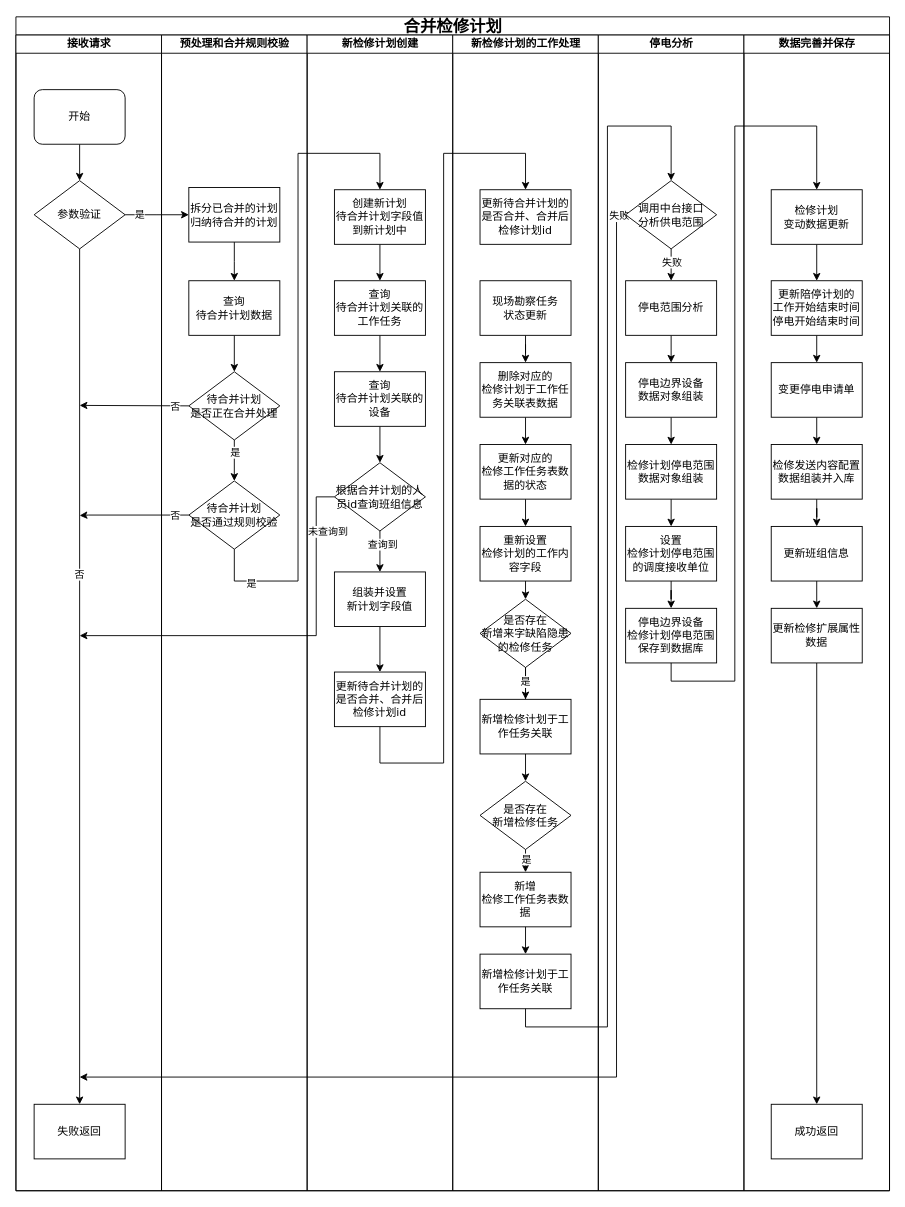
This is 合并检修计划.drawio from wwwwbo/myDraw, a draw.io file, before an edit. Source tidied: cells renumbered, new cells numbered last; positions are measured from the earlier drawing's top-left corner, leaving out a move shared by most shapes. Both pictures are drawn from the tidied source at 91%, with x=0, y=0 at pixel (15, 16).
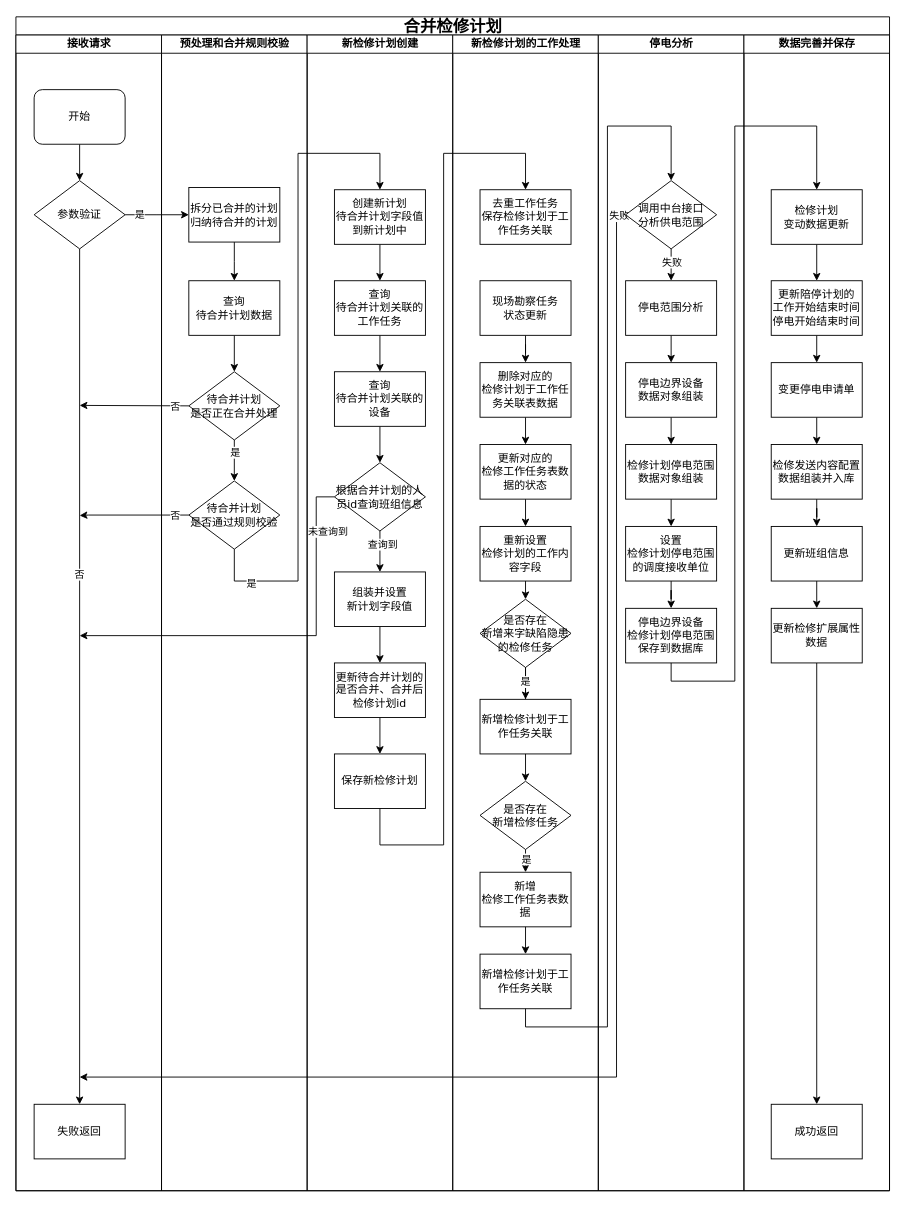
Above is the later version.

Commit message (it also covers changes not shown here):
更新合并检修计划.drawio

The change refers to these unchanged cells:
```xml
<mxCell id="2" value="&lt;font style=&quot;font-size: 18px;&quot;&gt;合并检修计划&lt;/font&gt;" style="swimlane;html=1;startSize=20;rounded=0;shadow=0;labelBackgroundColor=none;strokeWidth=1;fontFamily=Verdana;fontSize=8;align=center;" parent="1" vertex="1">
  <mxGeometry width="960" height="1290" as="geometry" />
</mxCell>
<mxCell id="23" value="新检修计划创建" style="swimlane;html=1;startSize=20;" parent="2" vertex="1">
  <mxGeometry x="320" y="20" width="160" height="1270" as="geometry" />
</mxCell>
<mxCell id="38" value="新检修计划的工作处理" style="swimlane;html=1;startSize=20;" parent="2" vertex="1">
  <mxGeometry x="480" y="20" width="160" height="1270" as="geometry" />
</mxCell>
```

What changed in the source:
```diff
@@
+    <mxCell id="96" style="edgeStyle=orthogonalEdgeStyle;rounded=0;jettySize=auto;html=1;exitX=0.5;exitY=1;exitDx=0;exitDy=0;entryX=0.5;entryY=0;entryDx=0;entryDy=0;" parent="23" edge="1" source="37" target="97">
+      <mxGeometry relative="1" as="geometry" />
+    </mxCell>
     <mxCell id="37" value="&lt;span style=&quot;font-size: 12px;&quot;&gt;更新待合并计划的是否合并、合并后检修计划id&lt;/span&gt;" style="whiteSpace=wrap;html=1;fontSize=8;fontFamily=Verdana;rounded=0;shadow=0;labelBackgroundColor=none;strokeWidth=1;" parent="23" vertex="1">
-      <mxGeometry x="30" y="700" width="100" height="60" as="geometry" />
+      <mxGeometry x="30" y="690" width="100" height="60" as="geometry" />
     </mxCell>
+    <mxCell id="97" value="&lt;span style=&quot;font-size: 12px;&quot;&gt;保存新检修计划&lt;/span&gt;" style="whiteSpace=wrap;html=1;fontSize=8;fontFamily=Verdana;rounded=0;shadow=0;labelBackgroundColor=none;strokeWidth=1;" parent="23" vertex="1">
+      <mxGeometry x="30" y="790" width="100" height="60" as="geometry" />
+    </mxCell>
@@
-    <mxCell id="59" value="&lt;span style=&quot;font-size: 12px;&quot;&gt;更新待合并计划的是否合并、合并后检修计划id&lt;/span&gt;" style="whiteSpace=wrap;html=1;fontSize=8;fontFamily=Verdana;rounded=0;shadow=0;labelBackgroundColor=none;strokeWidth=1;" parent="38" vertex="1">
+    <mxCell id="59" value="&lt;span style=&quot;font-size: 12px;&quot;&gt;去重工作任务&lt;/span&gt;&lt;div&gt;&lt;span style=&quot;font-size: 12px;&quot;&gt;保存检修计划于工作任务关联&lt;/span&gt;&lt;/div&gt;" style="whiteSpace=wrap;html=1;fontSize=8;fontFamily=Verdana;rounded=0;shadow=0;labelBackgroundColor=none;strokeWidth=1;" parent="38" vertex="1">
       <mxGeometry x="30" y="170" width="100" height="60" as="geometry" />
     </mxCell>
@@
-    <mxCell id="95" style="edgeStyle=orthogonalEdgeStyle;rounded=0;jettySize=auto;html=1;entryX=0.5;entryY=0;entryDx=0;entryDy=0;exitX=0.5;exitY=1;exitDx=0;exitDy=0;" parent="2" edge="1" source="37" target="59">
+    <mxCell id="95" style="edgeStyle=orthogonalEdgeStyle;rounded=0;jettySize=auto;html=1;entryX=0.5;entryY=0;entryDx=0;entryDy=0;exitX=0.5;exitY=1;exitDx=0;exitDy=0;" parent="2" edge="1" source="97" target="59">
       <mxGeometry relative="1" as="geometry">
         <Array as="points">
-          <mxPoint x="400" y="820" />
-          <mxPoint x="470" y="820" />
+          <mxPoint x="400" y="910" />
+          <mxPoint x="470" y="910" />
           <mxPoint x="470" y="150" />
           <mxPoint x="560" y="150" />
         </Array>
       </mxGeometry>
     </mxCell>
```
